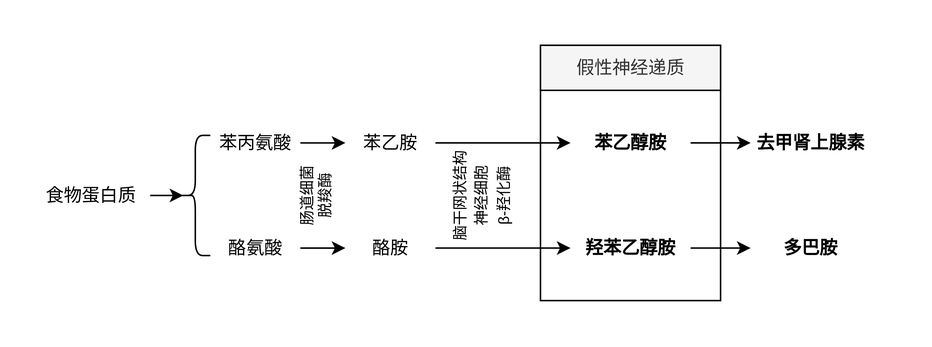
Above: content/docs/病理生理学/肝功能不全/假性神经递质.svg in daisilia/daisilia.github.io (draw.io), before the change. Source tidied: cells renumbered, new cells last; positions are measured from the earlier drawing's top-left corner, leaving out a move shared by most shapes. The source it was exported from:
```xml
<mxGraphModel>
  <root>
    <mxCell id="0" />
    <mxCell id="1" parent="0" />
    <mxCell id="2" style="rounded=0;whiteSpace=wrap;html=1;fontSize=10;strokeColor=none;fillColor=default;verticalAlign=middle;" parent="1" vertex="1">
      <mxGeometry width="620" height="230" as="geometry" />
    </mxCell>
    <mxCell id="3" style="rounded=0;whiteSpace=wrap;html=1;verticalAlign=middle;fillColor=none;" parent="1" vertex="1">
      <mxGeometry x="360" y="30" width="120" height="170" as="geometry" />
    </mxCell>
    <mxCell id="4" style="edgeStyle=orthogonalEdgeStyle;rounded=0;jettySize=auto;html=1;entryX=0.1;entryY=0.5;entryDx=0;entryDy=0;entryPerimeter=0;" parent="1" edge="1" source="5" target="6">
      <mxGeometry relative="1" as="geometry" />
    </mxCell>
    <mxCell id="5" value="食物蛋白质" style="text;html=1;align=center;verticalAlign=middle;points=[];strokeColor=none;fillColor=none;" parent="1" vertex="1">
      <mxGeometry x="20" y="120" width="80" height="20" as="geometry" />
    </mxCell>
    <mxCell id="6" style="shape=curlyBracket;whiteSpace=wrap;html=1;rounded=1;" parent="1" vertex="1">
      <mxGeometry x="120" y="90" width="20" height="80" as="geometry" />
    </mxCell>
    <mxCell id="7" style="edgeStyle=orthogonalEdgeStyle;rounded=0;jettySize=auto;html=1;" parent="1" edge="1" source="8" target="12">
      <mxGeometry relative="1" as="geometry" />
    </mxCell>
    <mxCell id="8" value="苯丙氨酸" style="text;html=1;strokeColor=none;fillColor=none;align=center;verticalAlign=middle;whiteSpace=wrap;rounded=0;" parent="1" vertex="1">
      <mxGeometry x="140" y="80" width="60" height="30" as="geometry" />
    </mxCell>
    <mxCell id="9" style="edgeStyle=orthogonalEdgeStyle;rounded=0;jettySize=auto;html=1;" parent="1" edge="1" source="10" target="14">
      <mxGeometry relative="1" as="geometry" />
    </mxCell>
    <mxCell id="10" value="酪氨酸" style="text;html=1;strokeColor=none;fillColor=none;align=center;verticalAlign=middle;whiteSpace=wrap;rounded=0;" parent="1" vertex="1">
      <mxGeometry x="140" y="150" width="60" height="30" as="geometry" />
    </mxCell>
    <mxCell id="11" style="edgeStyle=orthogonalEdgeStyle;rounded=0;jettySize=auto;html=1;" parent="1" edge="1" source="12" target="17">
      <mxGeometry relative="1" as="geometry" />
    </mxCell>
    <mxCell id="12" value="苯乙胺" style="text;html=1;strokeColor=none;fillColor=none;align=center;verticalAlign=middle;whiteSpace=wrap;rounded=0;" parent="1" vertex="1">
      <mxGeometry x="230" y="80" width="60" height="30" as="geometry" />
    </mxCell>
    <mxCell id="13" style="edgeStyle=orthogonalEdgeStyle;rounded=0;jettySize=auto;html=1;" parent="1" edge="1" source="14" target="19">
      <mxGeometry relative="1" as="geometry" />
    </mxCell>
    <mxCell id="14" value="酪胺" style="text;html=1;strokeColor=none;fillColor=none;align=center;verticalAlign=middle;whiteSpace=wrap;rounded=0;" parent="1" vertex="1">
      <mxGeometry x="230" y="150" width="60" height="30" as="geometry" />
    </mxCell>
    <mxCell id="15" value="肠道细菌&lt;br style=&quot;font-size: 10px;&quot;&gt;脱羧酶" style="text;html=1;strokeColor=none;fillColor=none;align=center;verticalAlign=middle;whiteSpace=wrap;rounded=0;horizontal=0;textDirection=ltr;labelPosition=center;verticalLabelPosition=middle;fontSize=10;" parent="1" vertex="1">
      <mxGeometry x="190" y="100" width="40" height="60" as="geometry" />
    </mxCell>
    <mxCell id="16" style="edgeStyle=orthogonalEdgeStyle;rounded=0;jettySize=auto;html=1;" parent="1" edge="1" source="17" target="21">
      <mxGeometry relative="1" as="geometry" />
    </mxCell>
    <mxCell id="17" value="&lt;b&gt;苯乙醇胺&lt;/b&gt;" style="text;html=1;strokeColor=none;fillColor=none;align=center;verticalAlign=middle;whiteSpace=wrap;rounded=0;" parent="1" vertex="1">
      <mxGeometry x="380" y="80" width="80" height="30" as="geometry" />
    </mxCell>
    <mxCell id="18" style="edgeStyle=orthogonalEdgeStyle;rounded=0;jettySize=auto;html=1;" parent="1" edge="1" source="19" target="22">
      <mxGeometry relative="1" as="geometry" />
    </mxCell>
    <mxCell id="19" value="&lt;b&gt;羟苯乙醇胺&lt;/b&gt;" style="text;html=1;strokeColor=none;fillColor=none;align=center;verticalAlign=middle;whiteSpace=wrap;rounded=0;" parent="1" vertex="1">
      <mxGeometry x="380" y="150" width="80" height="30" as="geometry" />
    </mxCell>
    <mxCell id="20" value="假性神经递质" style="text;html=1;strokeColor=default;fillColor=#f5f5f5;align=center;verticalAlign=middle;whiteSpace=wrap;rounded=0;fontColor=#333333;" parent="1" vertex="1">
      <mxGeometry x="360" y="30" width="120" height="30" as="geometry" />
    </mxCell>
    <mxCell id="21" value="&lt;b&gt;去甲肾上腺素&lt;/b&gt;" style="text;html=1;strokeColor=none;fillColor=none;align=center;verticalAlign=middle;whiteSpace=wrap;rounded=0;" parent="1" vertex="1">
      <mxGeometry x="500" y="80" width="80" height="30" as="geometry" />
    </mxCell>
    <mxCell id="22" value="&lt;b&gt;多巴胺&lt;/b&gt;" style="text;html=1;strokeColor=none;fillColor=none;align=center;verticalAlign=middle;whiteSpace=wrap;rounded=0;" parent="1" vertex="1">
      <mxGeometry x="500" y="150" width="80" height="30" as="geometry" />
    </mxCell>
    <mxCell id="23" value="&lt;font style=&quot;font-size: 10px&quot;&gt;脑干网状结构&lt;br&gt;神经细胞&lt;br&gt;β-羟化酶&lt;/font&gt;" style="text;html=1;strokeColor=none;fillColor=none;align=center;verticalAlign=middle;whiteSpace=wrap;rounded=0;horizontal=0;" parent="1" vertex="1">
      <mxGeometry x="290" y="90" width="60" height="80" as="geometry" />
    </mxCell>
  </root>
</mxGraphModel>
```
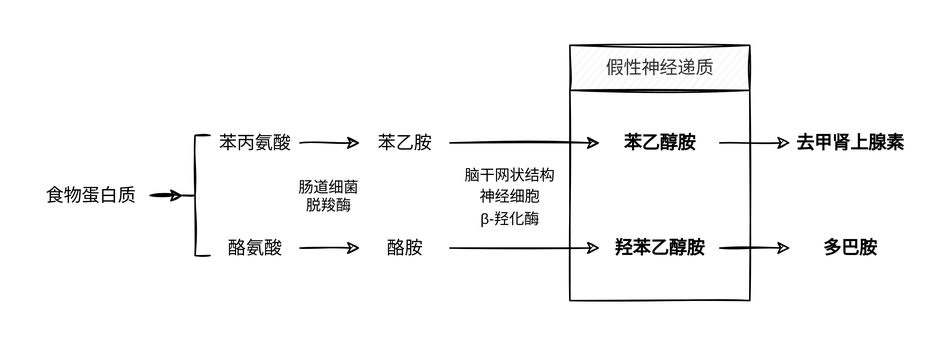
After the change.

Diff of the diagram source:
```diff
@@ -2,71 +2,71 @@
   <root>
     <mxCell id="0" />
     <mxCell id="1" parent="0" />
-    <mxCell id="2" style="rounded=0;whiteSpace=wrap;html=1;fontSize=10;strokeColor=none;fillColor=default;verticalAlign=middle;" parent="1" vertex="1">
-      <mxGeometry width="620" height="230" as="geometry" />
+    <mxCell id="2" style="whiteSpace=wrap;html=1;fontSize=10;strokeColor=none;fillColor=default;verticalAlign=middle;sketch=1;rounded=0;" parent="1" vertex="1">
+      <mxGeometry width="630" height="230" as="geometry" />
     </mxCell>
-    <mxCell id="3" style="rounded=0;whiteSpace=wrap;html=1;verticalAlign=middle;fillColor=none;" parent="1" vertex="1">
-      <mxGeometry x="360" y="30" width="120" height="170" as="geometry" />
+    <mxCell id="3" style="whiteSpace=wrap;html=1;verticalAlign=middle;fillColor=none;sketch=1;rounded=0;" parent="1" vertex="1">
+      <mxGeometry x="380" y="60" width="120" height="140" as="geometry" />
     </mxCell>
-    <mxCell id="4" style="edgeStyle=orthogonalEdgeStyle;rounded=0;jettySize=auto;html=1;entryX=0.1;entryY=0.5;entryDx=0;entryDy=0;entryPerimeter=0;" parent="1" edge="1" source="5" target="6">
+    <mxCell id="4" style="edgeStyle=orthogonalEdgeStyle;jettySize=auto;html=1;entryX=0.1;entryY=0.5;entryDx=0;entryDy=0;entryPerimeter=0;sketch=1;rounded=0;" parent="1" edge="1" source="5" target="6">
       <mxGeometry relative="1" as="geometry" />
     </mxCell>
-    <mxCell id="5" value="食物蛋白质" style="text;html=1;align=center;verticalAlign=middle;points=[];strokeColor=none;fillColor=none;" parent="1" vertex="1">
+    <mxCell id="5" value="食物蛋白质" style="text;html=1;align=center;verticalAlign=middle;points=[];strokeColor=none;fillColor=none;sketch=1;rounded=0;" parent="1" vertex="1">
       <mxGeometry x="20" y="120" width="80" height="20" as="geometry" />
     </mxCell>
-    <mxCell id="6" style="shape=curlyBracket;whiteSpace=wrap;html=1;rounded=1;" parent="1" vertex="1">
+    <mxCell id="6" style="shape=curlyBracket;whiteSpace=wrap;html=1;sketch=1;rounded=0;" parent="1" vertex="1">
       <mxGeometry x="120" y="90" width="20" height="80" as="geometry" />
     </mxCell>
-    <mxCell id="7" style="edgeStyle=orthogonalEdgeStyle;rounded=0;jettySize=auto;html=1;" parent="1" edge="1" source="8" target="12">
+    <mxCell id="7" style="edgeStyle=orthogonalEdgeStyle;jettySize=auto;html=1;sketch=1;rounded=0;" parent="1" edge="1" source="8" target="12">
       <mxGeometry relative="1" as="geometry" />
     </mxCell>
-    <mxCell id="8" value="苯丙氨酸" style="text;html=1;strokeColor=none;fillColor=none;align=center;verticalAlign=middle;whiteSpace=wrap;rounded=0;" parent="1" vertex="1">
+    <mxCell id="8" value="苯丙氨酸" style="text;html=1;strokeColor=none;fillColor=none;align=center;verticalAlign=middle;whiteSpace=wrap;sketch=1;rounded=0;" parent="1" vertex="1">
       <mxGeometry x="140" y="80" width="60" height="30" as="geometry" />
     </mxCell>
-    <mxCell id="9" style="edgeStyle=orthogonalEdgeStyle;rounded=0;jettySize=auto;html=1;" parent="1" edge="1" source="10" target="14">
+    <mxCell id="9" style="edgeStyle=orthogonalEdgeStyle;jettySize=auto;html=1;sketch=1;rounded=0;" parent="1" edge="1" source="10" target="14">
       <mxGeometry relative="1" as="geometry" />
     </mxCell>
-    <mxCell id="10" value="酪氨酸" style="text;html=1;strokeColor=none;fillColor=none;align=center;verticalAlign=middle;whiteSpace=wrap;rounded=0;" parent="1" vertex="1">
+    <mxCell id="10" value="酪氨酸" style="text;html=1;strokeColor=none;fillColor=none;align=center;verticalAlign=middle;whiteSpace=wrap;sketch=1;rounded=0;" parent="1" vertex="1">
       <mxGeometry x="140" y="150" width="60" height="30" as="geometry" />
     </mxCell>
-    <mxCell id="11" style="edgeStyle=orthogonalEdgeStyle;rounded=0;jettySize=auto;html=1;" parent="1" edge="1" source="12" target="17">
+    <mxCell id="11" style="edgeStyle=orthogonalEdgeStyle;jettySize=auto;html=1;sketch=1;rounded=0;" parent="1" edge="1" source="12" target="17">
       <mxGeometry relative="1" as="geometry" />
     </mxCell>
-    <mxCell id="12" value="苯乙胺" style="text;html=1;strokeColor=none;fillColor=none;align=center;verticalAlign=middle;whiteSpace=wrap;rounded=0;" parent="1" vertex="1">
-      <mxGeometry x="230" y="80" width="60" height="30" as="geometry" />
+    <mxCell id="12" value="苯乙胺" style="text;html=1;strokeColor=none;fillColor=none;align=center;verticalAlign=middle;whiteSpace=wrap;sketch=1;rounded=0;" parent="1" vertex="1">
+      <mxGeometry x="240" y="80" width="60" height="30" as="geometry" />
     </mxCell>
-    <mxCell id="13" style="edgeStyle=orthogonalEdgeStyle;rounded=0;jettySize=auto;html=1;" parent="1" edge="1" source="14" target="19">
+    <mxCell id="13" style="edgeStyle=orthogonalEdgeStyle;jettySize=auto;html=1;sketch=1;rounded=0;" parent="1" edge="1" source="14" target="19">
       <mxGeometry relative="1" as="geometry" />
     </mxCell>
-    <mxCell id="14" value="酪胺" style="text;html=1;strokeColor=none;fillColor=none;align=center;verticalAlign=middle;whiteSpace=wrap;rounded=0;" parent="1" vertex="1">
-      <mxGeometry x="230" y="150" width="60" height="30" as="geometry" />
+    <mxCell id="14" value="酪胺" style="text;html=1;strokeColor=none;fillColor=none;align=center;verticalAlign=middle;whiteSpace=wrap;sketch=1;rounded=0;" parent="1" vertex="1">
+      <mxGeometry x="240" y="150" width="60" height="30" as="geometry" />
     </mxCell>
-    <mxCell id="15" value="肠道细菌&lt;br style=&quot;font-size: 10px;&quot;&gt;脱羧酶" style="text;html=1;strokeColor=none;fillColor=none;align=center;verticalAlign=middle;whiteSpace=wrap;rounded=0;horizontal=0;textDirection=ltr;labelPosition=center;verticalLabelPosition=middle;fontSize=10;" parent="1" vertex="1">
-      <mxGeometry x="190" y="100" width="40" height="60" as="geometry" />
+    <mxCell id="15" value="肠道细菌&lt;br style=&quot;font-size: 10px;&quot;&gt;脱羧酶" style="text;html=1;strokeColor=none;fillColor=none;align=center;verticalAlign=middle;whiteSpace=wrap;horizontal=1;textDirection=ltr;labelPosition=center;verticalLabelPosition=middle;fontSize=10;sketch=1;rounded=0;" parent="1" vertex="1">
+      <mxGeometry x="194" y="100" width="50" height="60" as="geometry" />
     </mxCell>
-    <mxCell id="16" style="edgeStyle=orthogonalEdgeStyle;rounded=0;jettySize=auto;html=1;" parent="1" edge="1" source="17" target="21">
+    <mxCell id="16" style="edgeStyle=orthogonalEdgeStyle;jettySize=auto;html=1;sketch=1;rounded=0;" parent="1" edge="1" source="17" target="21">
       <mxGeometry relative="1" as="geometry" />
     </mxCell>
-    <mxCell id="17" value="&lt;b&gt;苯乙醇胺&lt;/b&gt;" style="text;html=1;strokeColor=none;fillColor=none;align=center;verticalAlign=middle;whiteSpace=wrap;rounded=0;" parent="1" vertex="1">
-      <mxGeometry x="380" y="80" width="80" height="30" as="geometry" />
+    <mxCell id="17" value="&lt;b&gt;苯乙醇胺&lt;/b&gt;" style="text;html=1;strokeColor=none;fillColor=none;align=center;verticalAlign=middle;whiteSpace=wrap;sketch=1;rounded=0;" parent="1" vertex="1">
+      <mxGeometry x="400" y="80" width="80" height="30" as="geometry" />
     </mxCell>
-    <mxCell id="18" style="edgeStyle=orthogonalEdgeStyle;rounded=0;jettySize=auto;html=1;" parent="1" edge="1" source="19" target="22">
+    <mxCell id="18" style="edgeStyle=orthogonalEdgeStyle;jettySize=auto;html=1;sketch=1;rounded=0;" parent="1" edge="1" source="19" target="22">
       <mxGeometry relative="1" as="geometry" />
     </mxCell>
-    <mxCell id="19" value="&lt;b&gt;羟苯乙醇胺&lt;/b&gt;" style="text;html=1;strokeColor=none;fillColor=none;align=center;verticalAlign=middle;whiteSpace=wrap;rounded=0;" parent="1" vertex="1">
-      <mxGeometry x="380" y="150" width="80" height="30" as="geometry" />
+    <mxCell id="19" value="&lt;b&gt;羟苯乙醇胺&lt;/b&gt;" style="text;html=1;strokeColor=none;fillColor=none;align=center;verticalAlign=middle;whiteSpace=wrap;sketch=1;rounded=0;" parent="1" vertex="1">
+      <mxGeometry x="400" y="150" width="80" height="30" as="geometry" />
     </mxCell>
-    <mxCell id="20" value="假性神经递质" style="text;html=1;strokeColor=default;fillColor=#f5f5f5;align=center;verticalAlign=middle;whiteSpace=wrap;rounded=0;fontColor=#333333;" parent="1" vertex="1">
-      <mxGeometry x="360" y="30" width="120" height="30" as="geometry" />
+    <mxCell id="20" value="假性神经递质" style="text;html=1;strokeColor=default;fillColor=#f5f5f5;align=center;verticalAlign=middle;whiteSpace=wrap;fontColor=#333333;sketch=1;rounded=0;" parent="1" vertex="1">
+      <mxGeometry x="380" y="30" width="120" height="30" as="geometry" />
     </mxCell>
-    <mxCell id="21" value="&lt;b&gt;去甲肾上腺素&lt;/b&gt;" style="text;html=1;strokeColor=none;fillColor=none;align=center;verticalAlign=middle;whiteSpace=wrap;rounded=0;" parent="1" vertex="1">
-      <mxGeometry x="500" y="80" width="80" height="30" as="geometry" />
+    <mxCell id="21" value="&lt;b&gt;去甲肾上腺素&lt;/b&gt;" style="text;html=1;strokeColor=none;fillColor=none;align=center;verticalAlign=middle;whiteSpace=wrap;sketch=1;rounded=0;" parent="1" vertex="1">
+      <mxGeometry x="527" y="80" width="80" height="30" as="geometry" />
     </mxCell>
-    <mxCell id="22" value="&lt;b&gt;多巴胺&lt;/b&gt;" style="text;html=1;strokeColor=none;fillColor=none;align=center;verticalAlign=middle;whiteSpace=wrap;rounded=0;" parent="1" vertex="1">
-      <mxGeometry x="500" y="150" width="80" height="30" as="geometry" />
+    <mxCell id="22" value="&lt;b&gt;多巴胺&lt;/b&gt;" style="text;html=1;strokeColor=none;fillColor=none;align=center;verticalAlign=middle;whiteSpace=wrap;sketch=1;rounded=0;" parent="1" vertex="1">
+      <mxGeometry x="527" y="150" width="80" height="30" as="geometry" />
     </mxCell>
-    <mxCell id="23" value="&lt;font style=&quot;font-size: 10px&quot;&gt;脑干网状结构&lt;br&gt;神经细胞&lt;br&gt;β-羟化酶&lt;/font&gt;" style="text;html=1;strokeColor=none;fillColor=none;align=center;verticalAlign=middle;whiteSpace=wrap;rounded=0;horizontal=0;" parent="1" vertex="1">
-      <mxGeometry x="290" y="90" width="60" height="80" as="geometry" />
+    <mxCell id="23" value="&lt;font style=&quot;font-size: 10px&quot;&gt;脑干网状结构&lt;br&gt;神经细胞&lt;br&gt;β-羟化酶&lt;/font&gt;" style="text;html=1;strokeColor=none;fillColor=none;align=center;verticalAlign=middle;whiteSpace=wrap;horizontal=1;sketch=1;rounded=0;" parent="1" vertex="1">
+      <mxGeometry x="300" y="90" width="80" height="80" as="geometry" />
     </mxCell>
   </root>
 </mxGraphModel>
```
